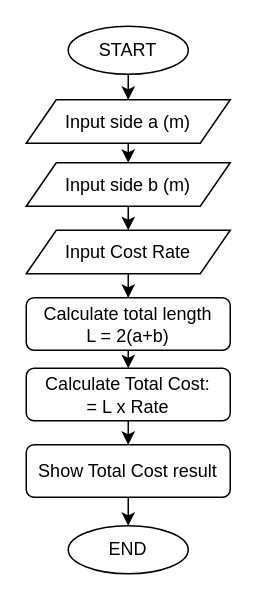
The draw.io diagram DATA STRUCTURE AND  ALGORITHM/1.09 Surface Area of Cone .drawio in buicaothe/PYTHON, before the edit. Source tidied: cells renumbered, new cells numbered last; positions are measured from the earlier drawing's top-left corner, leaving out a move shared by most shapes. Both pictures are drawn from the tidied source at 150%, with x=0, y=0 at pixel (26, 26).
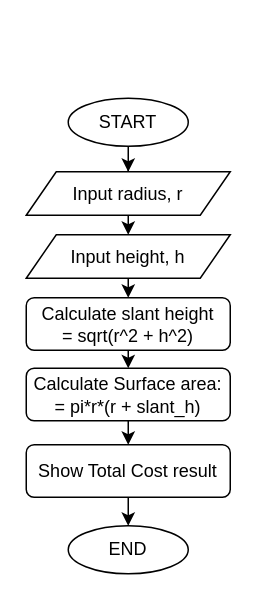
Above is the later version.

Change to the diagram source:
```diff
@@
 <mxGraphModel>
   <root>
     <mxCell id="0" />
     <mxCell id="1" parent="0" />
     <mxCell id="2" style="edgeStyle=orthogonalEdgeStyle;rounded=0;jettySize=auto;html=1;entryX=0.5;entryY=0;entryDx=0;entryDy=0;" parent="1" edge="1" source="3" target="5">
       <mxGeometry relative="1" as="geometry" />
     </mxCell>
     <mxCell id="3" value="START" style="ellipse;whiteSpace=wrap;html=1;shapeInside=1;" parent="1" vertex="1">
-      <mxGeometry x="28" width="80" height="32" as="geometry" />
+      <mxGeometry x="28" y="48" width="80" height="32" as="geometry" />
     </mxCell>
     <mxCell id="4" style="edgeStyle=orthogonalEdgeStyle;rounded=0;jettySize=auto;html=1;exitX=0.5;exitY=1;exitDx=0;exitDy=0;entryX=0.5;entryY=0;entryDx=0;entryDy=0;" parent="1" edge="1" source="5" target="13">
       <mxGeometry relative="1" as="geometry" />
     </mxCell>
-    <mxCell id="5" value="Input side a (m)" style="shape=parallelogram;perimeter=parallelogramPerimeter;whiteSpace=wrap;html=1;shapeInside=1;fixedSize=1;" parent="1" vertex="1">
-      <mxGeometry y="49" width="136" height="29" as="geometry" />
+    <mxCell id="5" value="Input radius, r" style="shape=parallelogram;perimeter=parallelogramPerimeter;whiteSpace=wrap;html=1;shapeInside=1;fixedSize=1;" parent="1" vertex="1">
+      <mxGeometry y="97" width="136" height="29" as="geometry" />
     </mxCell>
     <mxCell id="6" style="edgeStyle=orthogonalEdgeStyle;rounded=0;orthogonalLoop=1;jettySize=auto;html=1;innerLoopWaypoints=1;exitX=0.5;exitY=1;exitDx=0;exitDy=0;" parent="1" edge="1">
       <mxGeometry relative="1" as="geometry">
         <mxPoint x="68" y="227" as="sourcePoint" />
         <mxPoint x="68" y="227" as="targetPoint" />
       </mxGeometry>
     </mxCell>
     <mxCell id="7" style="edgeStyle=orthogonalEdgeStyle;rounded=0;jettySize=auto;html=1;exitX=0.5;exitY=1;exitDx=0;exitDy=0;" parent="1" edge="1" source="8">
       <mxGeometry relative="1" as="geometry">
         <mxPoint x="68" y="333" as="targetPoint" />
       </mxGeometry>
     </mxCell>
     <mxCell id="8" value="Show Total Cost result" style="rounded=1;whiteSpace=wrap;html=1;" parent="1" vertex="1">
       <mxGeometry y="279" width="136" height="35" as="geometry" />
     </mxCell>
     <mxCell id="9" value="END" style="ellipse;whiteSpace=wrap;html=1;shapeInside=1;" parent="1" vertex="1">
       <mxGeometry x="28" y="333" width="80" height="32" as="geometry" />
     </mxCell>
     <mxCell id="10" style="edgeStyle=orthogonalEdgeStyle;rounded=0;jettySize=auto;html=1;exitX=0.5;exitY=1;exitDx=0;exitDy=0;entryX=0.5;entryY=0;entryDx=0;entryDy=0;" parent="1" edge="1" source="11" target="8">
       <mxGeometry relative="1" as="geometry" />
     </mxCell>
-    <mxCell id="11" value="Calculate Total Cost:&lt;div&gt;= L x Rate&lt;/div&gt;" style="rounded=1;whiteSpace=wrap;html=1;" parent="1" vertex="1">
+    <mxCell id="11" value="Calculate Surface area:&lt;div&gt;= pi*r*(r + slant_h)&lt;/div&gt;" style="rounded=1;whiteSpace=wrap;html=1;" parent="1" vertex="1">
       <mxGeometry y="228" width="136" height="35" as="geometry" />
     </mxCell>
-    <mxCell id="12" style="edgeStyle=orthogonalEdgeStyle;rounded=0;jettySize=auto;html=1;exitX=0.5;exitY=1;exitDx=0;exitDy=0;entryX=0.5;entryY=0;entryDx=0;entryDy=0;" parent="1" edge="1" source="13" target="15">
-      <mxGeometry relative="1" as="geometry" />
-    </mxCell>
+    <mxCell id="18" style="edgeStyle=orthogonalEdgeStyle;rounded=0;jettySize=auto;html=1;exitX=0.5;exitY=1;exitDx=0;exitDy=0;entryX=0.5;entryY=0;entryDx=0;entryDy=0;" parent="1" edge="1" source="13" target="17">
+      <mxGeometry relative="1" as="geometry" />
+    </mxCell>
-    <mxCell id="13" value="Input side b (m)" style="shape=parallelogram;perimeter=parallelogramPerimeter;whiteSpace=wrap;html=1;shapeInside=1;fixedSize=1;" parent="1" vertex="1">
-      <mxGeometry y="91" width="136" height="29" as="geometry" />
+    <mxCell id="13" value="Input height, h" style="shape=parallelogram;perimeter=parallelogramPerimeter;whiteSpace=wrap;html=1;shapeInside=1;fixedSize=1;" parent="1" vertex="1">
+      <mxGeometry y="139" width="136" height="29" as="geometry" />
     </mxCell>
-    <mxCell id="14" style="edgeStyle=orthogonalEdgeStyle;rounded=0;jettySize=auto;html=1;" parent="1" edge="1" source="15" target="17">
-      <mxGeometry relative="1" as="geometry" />
-    </mxCell>
-    <mxCell id="15" value="Input Cost Rate" style="shape=parallelogram;perimeter=parallelogramPerimeter;whiteSpace=wrap;html=1;shapeInside=1;fixedSize=1;" parent="1" vertex="1">
-      <mxGeometry y="136" width="136" height="29" as="geometry" />
-    </mxCell>
     <mxCell id="16" style="edgeStyle=orthogonalEdgeStyle;rounded=0;jettySize=auto;html=1;exitX=0.5;exitY=1;exitDx=0;exitDy=0;entryX=0.5;entryY=0;entryDx=0;entryDy=0;" parent="1" edge="1" source="17" target="11">
       <mxGeometry relative="1" as="geometry" />
     </mxCell>
-    <mxCell id="17" value="Calculate total length&lt;br&gt;&lt;div&gt;L = 2(a+b)&lt;/div&gt;" style="rounded=1;whiteSpace=wrap;html=1;" parent="1" vertex="1">
+    <mxCell id="17" value="Calculate slant height&lt;br&gt;&lt;div&gt;= sqrt(r^2 + h^2)&lt;/div&gt;" style="rounded=1;whiteSpace=wrap;html=1;" parent="1" vertex="1">
       <mxGeometry y="181" width="136" height="35" as="geometry" />
     </mxCell>
   </root>
 </mxGraphModel>
```
